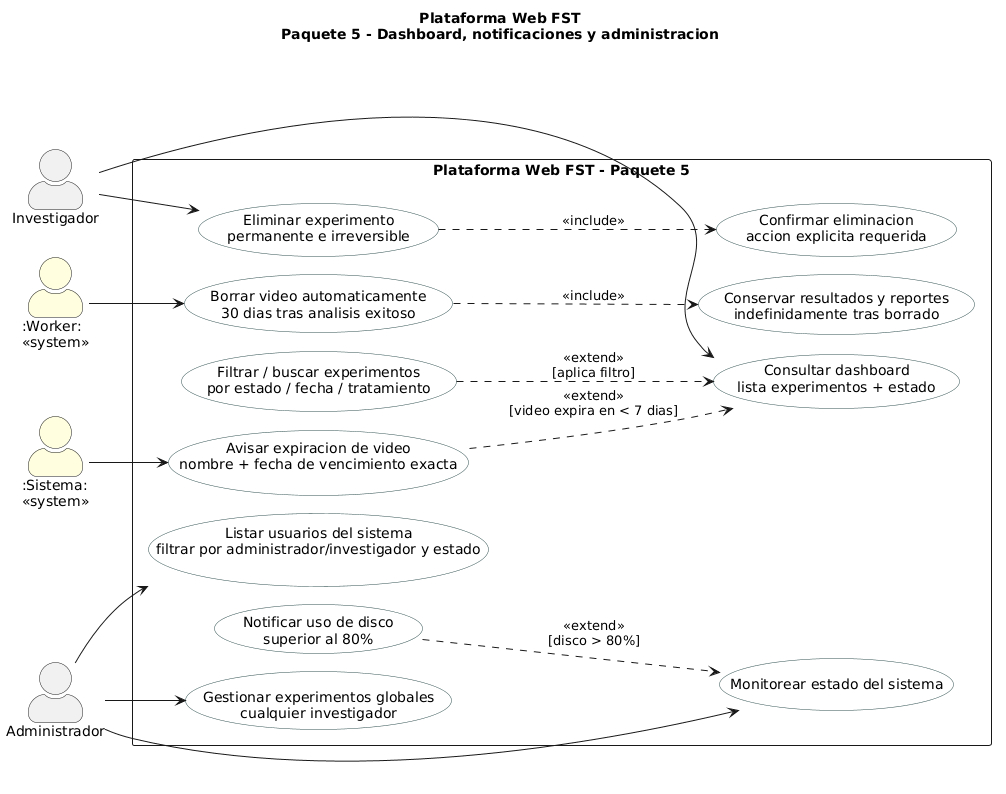
Before: figures/mermaid/cu_paquete5.png, a diagram exported from PlantUML (ErickJester/fst-ai-system-latex). Its diagram source:
```plantuml
@startuml
!pragma layout smetana
title Plataforma Web FST\nPaquete 5 - Dashboard, notificaciones y administracion
left to right direction
skinparam packageStyle rectangle
skinparam actorStyle awesome
skinparam usecase {
  BackgroundColor White
  BorderColor DarkSlateGray
}
actor "Investigador" as INV
actor "Administrador" as ADMIN
actor ":Worker:\n<<system>>" as WRK #LightYellow
actor ":Sistema:\n<<system>>" as SYS #LightYellow
rectangle "Plataforma Web FST - Paquete 5" {
  usecase "Consultar dashboard\nlista experimentos + estado" as UC51
  usecase "Filtrar / buscar experimentos\npor estado / fecha / tratamiento" as UC51a
  usecase "Avisar expiracion de video\nnombre + fecha de vencimiento exacta" as UC52
  usecase "Eliminar experimento\npermanente e irreversible" as UC53
  usecase "Confirmar eliminacion\naccion explicita requerida" as UC53a
  usecase "Borrar video automaticamente\n30 dias tras analisis exitoso" as UC54
  usecase "Conservar resultados y reportes\nindefinidamente tras borrado" as UC55
  usecase "Listar usuarios del sistema\nfiltrar por administrador/investigador y estado" as UC56
  usecase "Monitorear estado del sistema" as UC57
  usecase "Notificar uso de disco\nsuperior al 80%" as UC57a
  usecase "Gestionar experimentos globales\ncualquier investigador" as UC58
}
INV --> UC51
INV --> UC53
ADMIN --> UC56
ADMIN --> UC57
ADMIN --> UC58
WRK --> UC54
SYS --> UC52
UC52 ..> UC51 : <<extend>>\n[video expira en < 7 dias]
UC51a ..> UC51 : <<extend>>\n[aplica filtro]
UC57a ..> UC57 : <<extend>>\n[disco > 80%]
UC53 ..> UC53a : <<include>>
UC54 ..> UC55 : <<include>>
@enduml
```
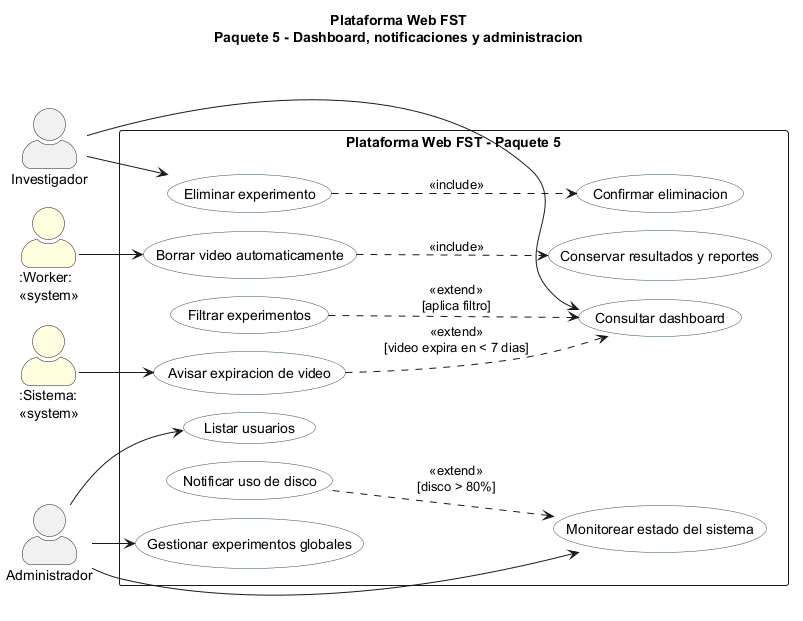
After the change.

What changed in the source:
```diff
@@ -13,17 +13,17 @@
 actor ":Worker:\n<<system>>" as WRK #LightYellow
 actor ":Sistema:\n<<system>>" as SYS #LightYellow
 rectangle "Plataforma Web FST - Paquete 5" {
-  usecase "Consultar dashboard\nlista experimentos + estado" as UC51
-  usecase "Filtrar / buscar experimentos\npor estado / fecha / tratamiento" as UC51a
-  usecase "Avisar expiracion de video\nnombre + fecha de vencimiento exacta" as UC52
-  usecase "Eliminar experimento\npermanente e irreversible" as UC53
-  usecase "Confirmar eliminacion\naccion explicita requerida" as UC53a
-  usecase "Borrar video automaticamente\n30 dias tras analisis exitoso" as UC54
-  usecase "Conservar resultados y reportes\nindefinidamente tras borrado" as UC55
-  usecase "Listar usuarios del sistema\nfiltrar por administrador/investigador y estado" as UC56
+  usecase "Consultar dashboard" as UC51
+  usecase "Filtrar experimentos" as UC51a
+  usecase "Avisar expiracion de video" as UC52
+  usecase "Eliminar experimento" as UC53
+  usecase "Confirmar eliminacion" as UC53a
+  usecase "Borrar video automaticamente" as UC54
+  usecase "Conservar resultados y reportes" as UC55
+  usecase "Listar usuarios" as UC56
   usecase "Monitorear estado del sistema" as UC57
-  usecase "Notificar uso de disco\nsuperior al 80%" as UC57a
-  usecase "Gestionar experimentos globales\ncualquier investigador" as UC58
+  usecase "Notificar uso de disco" as UC57a
+  usecase "Gestionar experimentos globales" as UC58
 }
 INV --> UC51
 INV --> UC53
```
